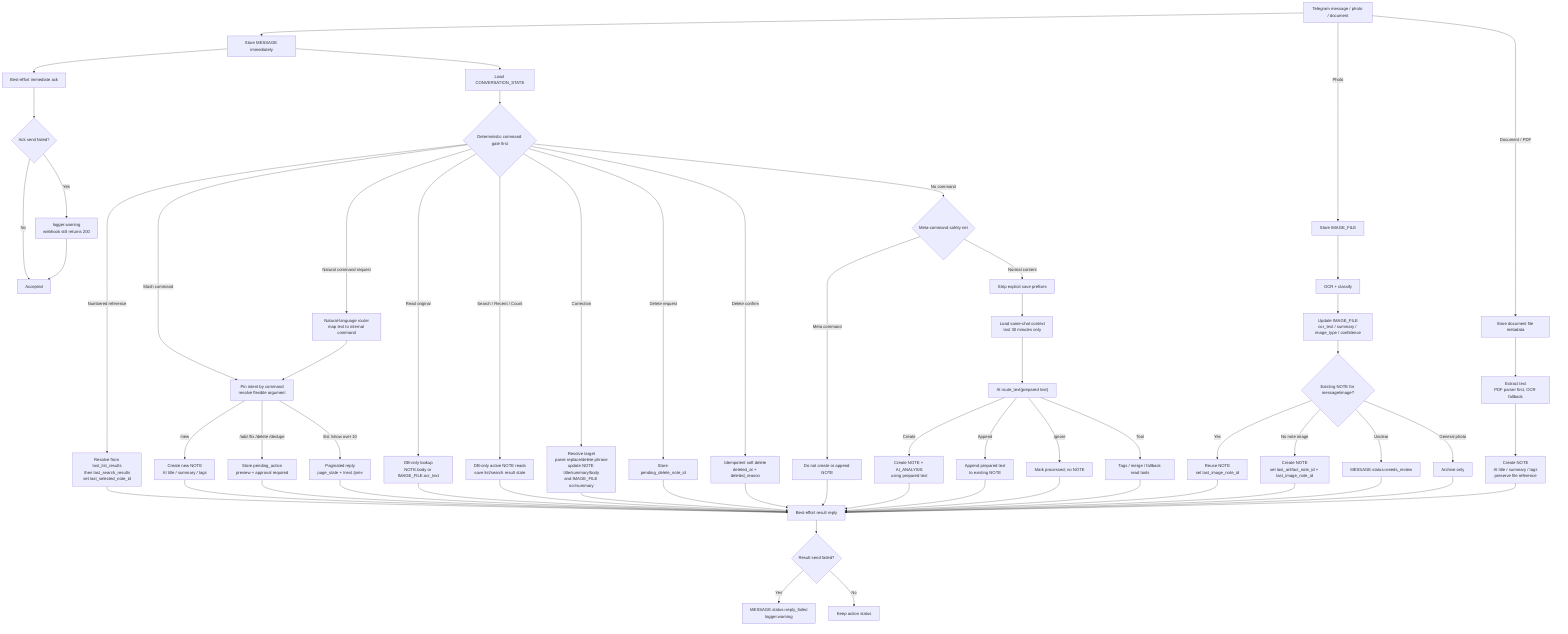
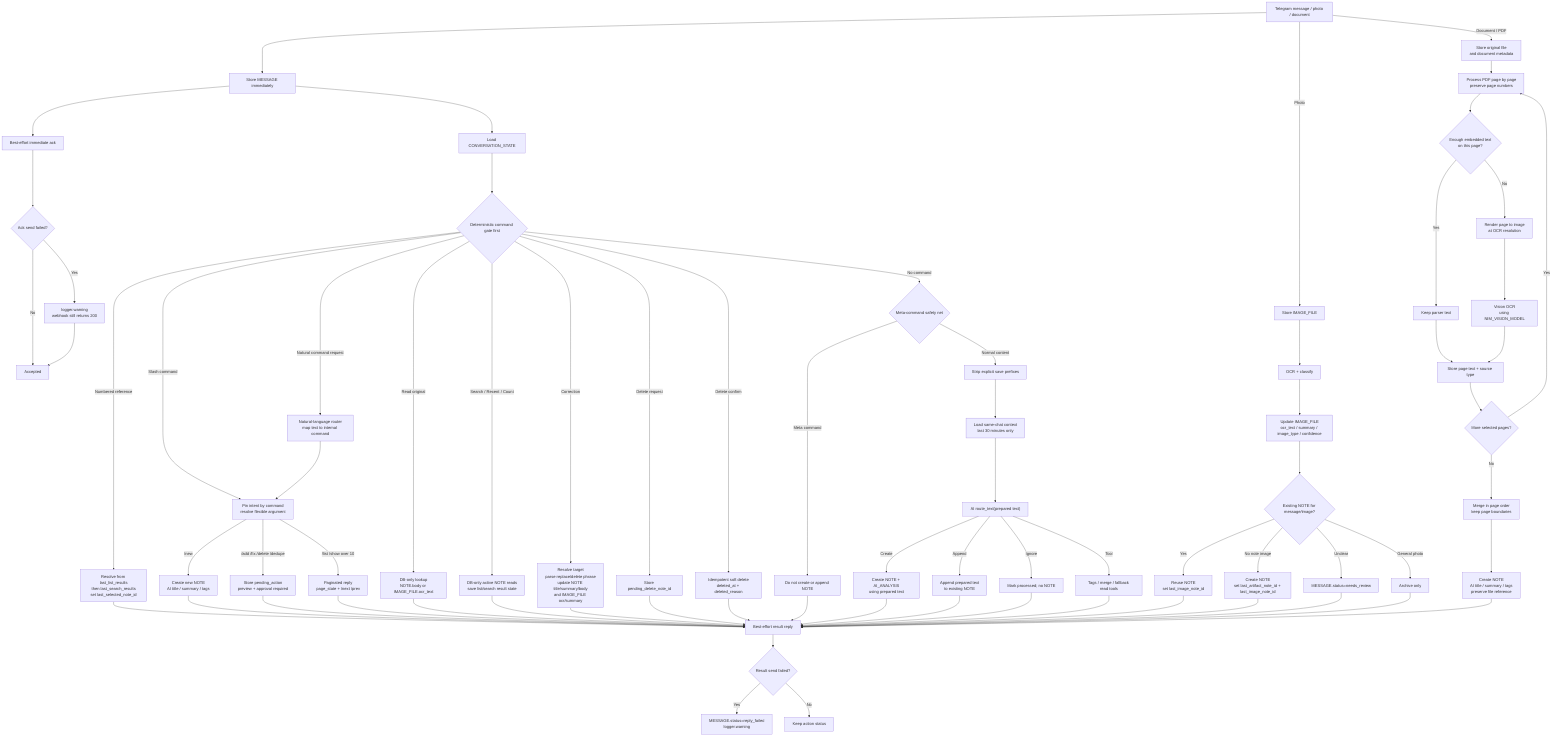
flowchart TD
    In["Telegram message / photo / document"] --> Store["Store MESSAGE immediately"]
    Store --> Ack["Best-effort immediate ack"]
    Ack --> AckFail{"Ack send failed?"}
    AckFail -->|Yes| AckWarn["logger.warning<br/>webhook still returns 200"]
    AckFail -->|No| Accepted["Accepted"]
    AckWarn --> Accepted

    Store --> State["Load CONVERSATION_STATE"]
    State --> Gate{"Deterministic command gate first"}

    Gate -->|Slash command| Slash["Pin intent by command<br/>resolve flexible argument"]
    Gate -->|Natural command request| NLRouter["Natural-language router<br/>map text to internal command"]
    NLRouter --> Slash
    Slash -->|/new| NewNote["Create new NOTE<br/>AI title / summary / tags"]
    Slash -->|/add /fix /delete /dedupe| Approval["Store pending_action<br/>preview + approval required"]
    Slash -->|/list /show over 10| Page["Paginated reply<br/>page_state + /next /prev"]
    Gate -->|Numbered reference| Numbered["Resolve from last_list_results<br/>then last_search_results<br/>set last_selected_note_id"]
    Gate -->|Read original| ReadLast["DB-only lookup<br/>NOTE.body or IMAGE_FILE.ocr_text"]
    Gate -->|Search / Recent / Count| ReadTools["DB-only active NOTE reads<br/>save list/search result state"]
    Gate -->|Correction| Correct["Resolve target<br/>parse replace/delete phrase<br/>update NOTE title/summary/body<br/>and IMAGE_FILE ocr/summary"]
    Gate -->|Delete request| DeleteAsk["Store pending_delete_note_id"]
    Gate -->|Delete confirm| DeleteExec["Idempotent soft delete<br/>deleted_at + deleted_reason"]
    Gate -->|No command| MetaGuard{"Meta-command safety net"}

    MetaGuard -->|Meta command| NoSave["Do not create or append NOTE"]
    MetaGuard -->|Normal content| Prep["Strip explicit save prefixes"]
    Prep --> Context["Load same-chat context<br/>last 30 minutes only"]
    Context --> AIRouter["AI route_text(prepared text)"]

    AIRouter -->|Create| Create["Create NOTE + AI_ANALYSIS<br/>using prepared text"]
    AIRouter -->|Append| Append["Append prepared text<br/>to existing NOTE"]
    AIRouter -->|Ignore| Ignore["Mark processed; no NOTE"]
    AIRouter -->|Tool| Tool["Tags / merge / fallback read tools"]

    In -->|Photo| Photo["Store IMAGE_FILE"]
    Photo --> Vision["OCR + classify"]
    Vision --> ImageUpdate["Update IMAGE_FILE<br/>ocr_text / summary / image_type / confidence"]
    ImageUpdate --> Existing{"Existing NOTE for message/image?"}
    Existing -->|Yes| ExistingRef["Reuse NOTE<br/>set last_image_note_id"]
    Existing -->|No note image| ImageNote["Create NOTE<br/>set last_artifact_note_id + last_image_note_id"]
    Existing -->|Unclear| Review["MESSAGE.status=needs_review"]
    Existing -->|General photo| PhotoOnly["Archive only"]

-     In -->|Document / PDF| Document["Store document file metadata"]
-     Document --> Extract["Extract text<br/>PDF parser first, OCR fallback"]
-     Extract --> DocNote["Create NOTE<br/>AI title / summary / tags<br/>preserve file reference"]
+     In -->|Document / PDF| Document["Store original file<br/>and document metadata"]
+     Document --> PageLoop["Process PDF page by page<br/>preserve page numbers"]
+     PageLoop --> TextCheck{"Enough embedded text<br/>on this page?"}
+     TextCheck -->|Yes| EmbeddedText["Keep parser text"]
+     TextCheck -->|No| RenderPage["Render page to image<br/>at OCR resolution"]
+     RenderPage --> PageOCR["Vision OCR<br/>using NIM_VISION_MODEL"]
+     EmbeddedText --> PageText["Store page text + source type"]
+     PageOCR --> PageText
+     PageText --> MorePages{"More selected pages?"}
+     MorePages -->|Yes| PageLoop
+     MorePages -->|No| MergeDoc["Merge in page order<br/>keep page boundaries"]
+     MergeDoc --> DocNote["Create NOTE<br/>AI title / summary / tags<br/>preserve file reference"]

    Numbered --> Reply["Best-effort result reply"]
    NewNote --> Reply
    Approval --> Reply
    Page --> Reply
    ReadLast --> Reply
    ReadTools --> Reply
    Correct --> Reply
    DeleteAsk --> Reply
    DeleteExec --> Reply
    NoSave --> Reply
    Create --> Reply
    Append --> Reply
    Ignore --> Reply
    Tool --> Reply
    ExistingRef --> Reply
    ImageNote --> Reply
    Review --> Reply
    PhotoOnly --> Reply
    DocNote --> Reply

    Reply --> ReplyFail{"Result send failed?"}
    ReplyFail -->|Yes| ReplyFailed["MESSAGE.status=reply_failed<br/>logger.warning"]
    ReplyFail -->|No| Done["Keep action status"]
